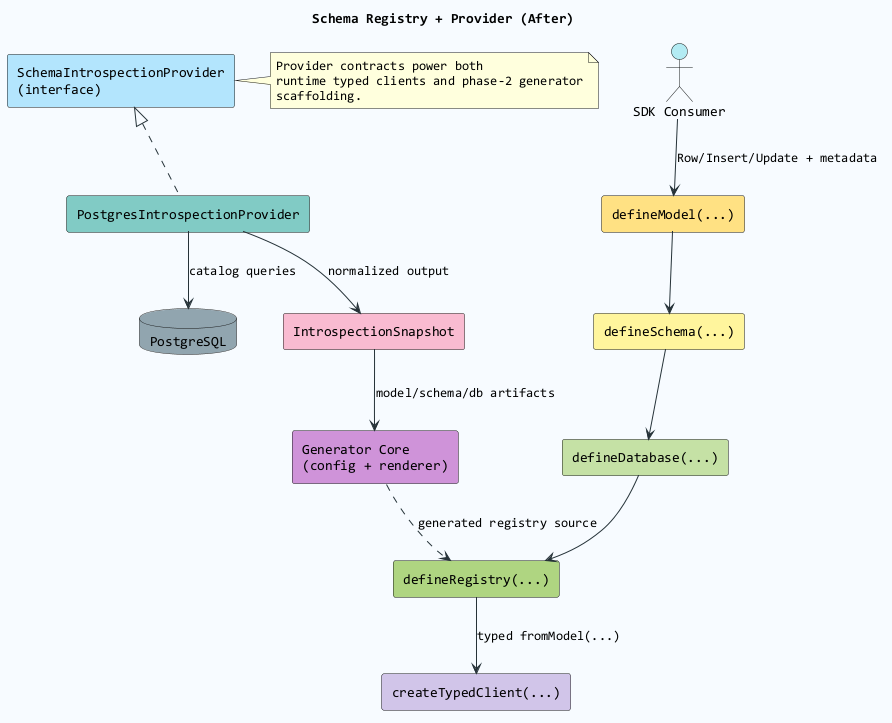
Above: architecture/schema-registry-provider/after.png in floris-xlx/athena-js (PlantUML), before the change.
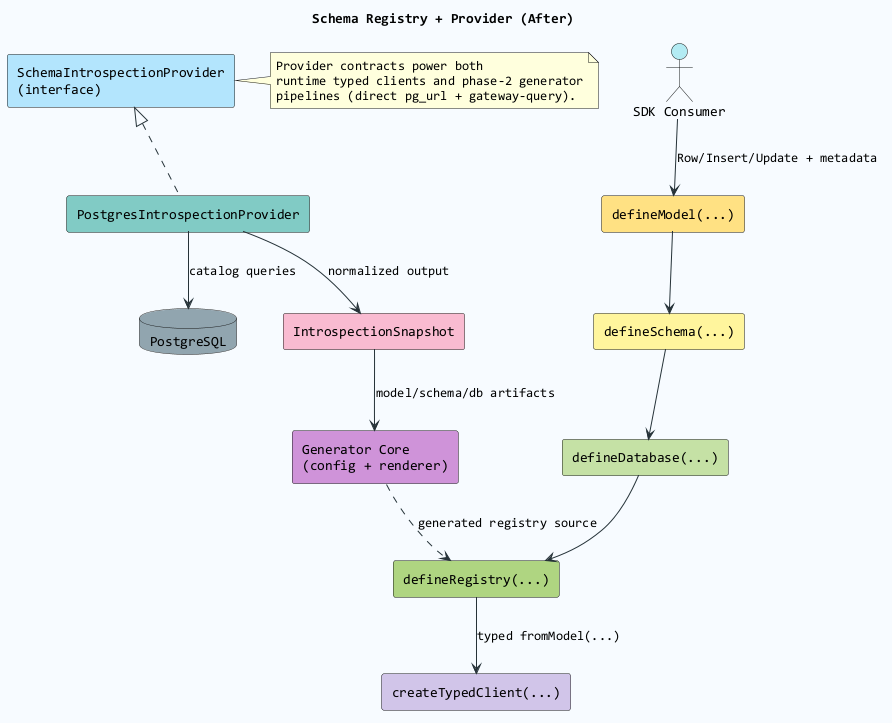
The same file after the commit.

Diff of the diagram source:
```diff
@@ -32,6 +32,6 @@
 note right of ProviderInterface
 Provider contracts power both
 runtime typed clients and phase-2 generator
-scaffolding.
+pipelines (direct pg_url + gateway-query).
 end note
 @enduml
```
